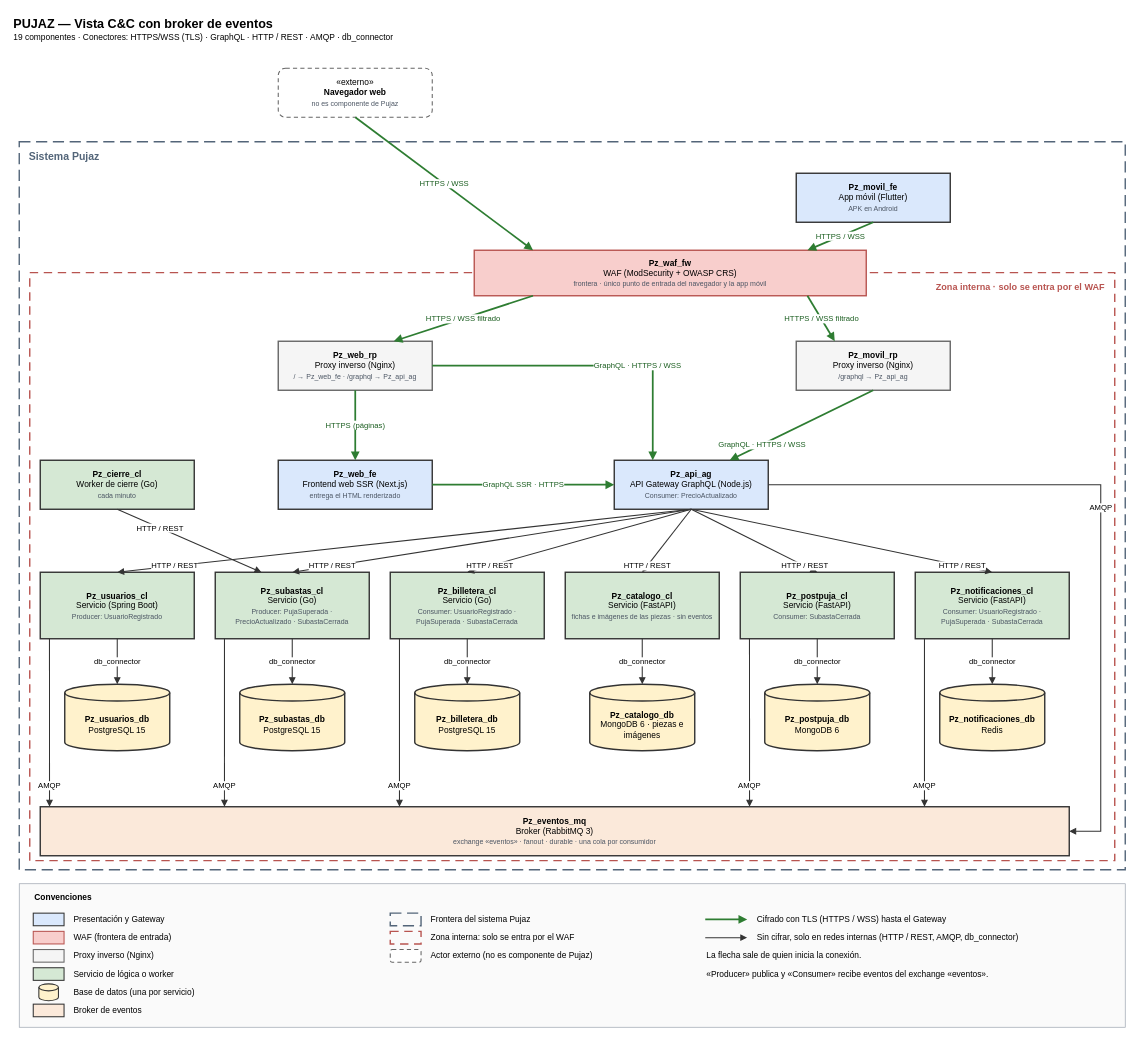
Above: docs/vistas/cc/vista-cc-flechas.drawio in heider88/Pujaz (draw.io), before the change. Source tidied: cells renumbered, new cells numbered last; positions are measured from the earlier drawing's top-left corner, leaving out a move shared by most shapes. Both pictures are drawn from the tidied source at 70%, with x=0, y=0 at pixel (12, 12).
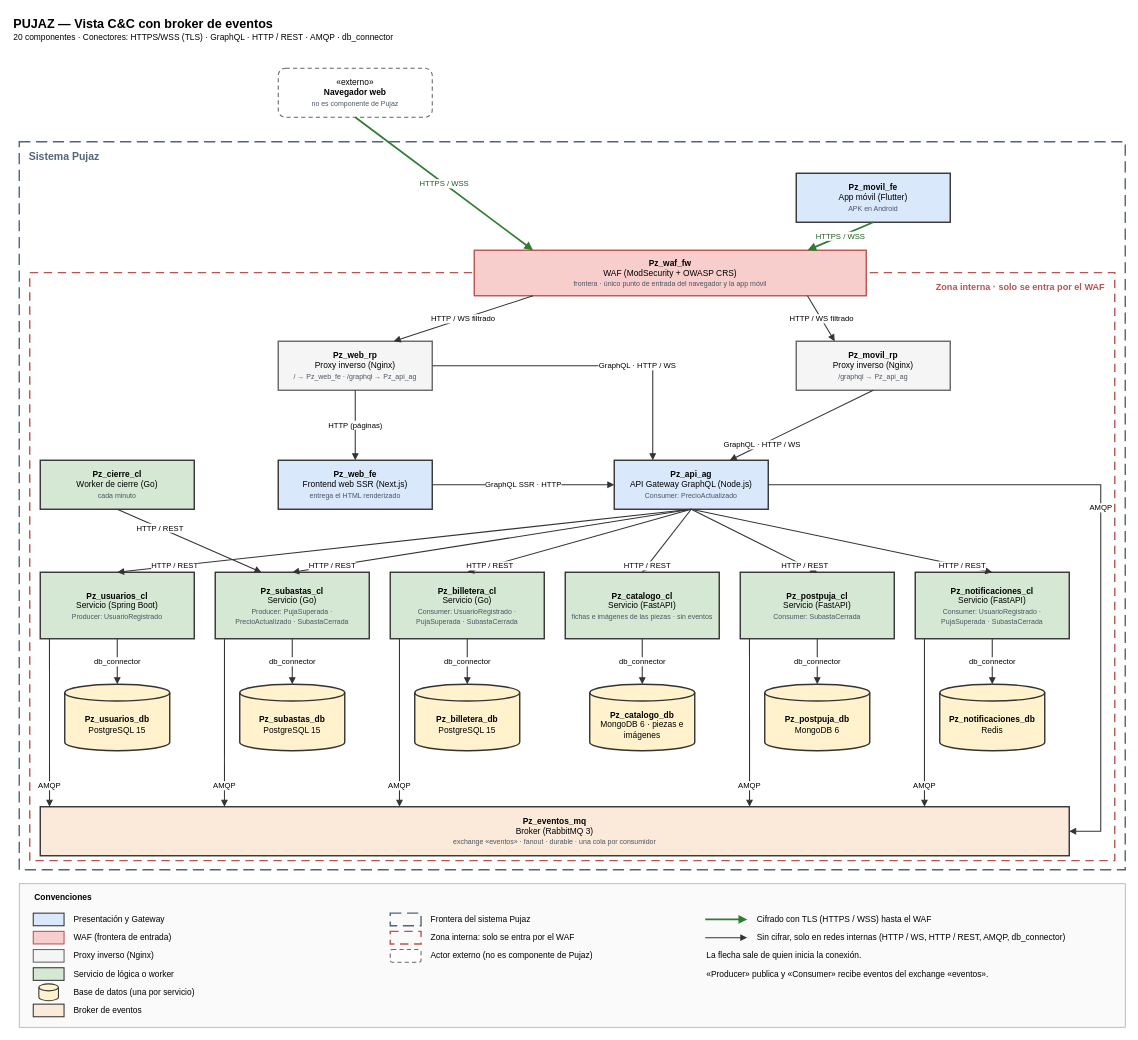
The same page after the edit.

Commit message (it also covers changes not shown here):
docs(vistas): marcar en la vista C&C que el TLS termina en el WAF

Unchanged cells that the change refers to:
```xml
<mxCell id="7" value="&lt;b&gt;Pz_api_ag&lt;/b&gt;&lt;br&gt;API Gateway GraphQL (Node.js)&lt;br&gt;&lt;font style='font-size:10px;color:#4B5563'&gt;Consumer: PrecioActualizado&lt;/font&gt;" style="rounded=0;whiteSpace=wrap;html=1;fontSize=12;strokeColor=#333333;strokeWidth=2;fillColor=#DAE8FC;" parent="1" vertex="1">
  <mxGeometry x="860" y="640" width="220" height="70" as="geometry" />
</mxCell>
<mxCell id="40" value="&lt;b&gt;Pz_waf_fw&lt;/b&gt;&lt;br&gt;WAF (ModSecurity + OWASP CRS)&lt;br&gt;&lt;font style='font-size:10px;color:#4B5563'&gt;frontera · único punto de entrada del navegador y la app móvil&lt;/font&gt;" style="rounded=0;whiteSpace=wrap;html=1;fontSize=12;strokeWidth=2;fillColor=#F8CECC;strokeColor=#B85450;" parent="1" vertex="1">
  <mxGeometry x="660" y="340" width="560" height="65" as="geometry" />
</mxCell>
<mxCell id="41" value="&lt;b&gt;Pz_web_rp&lt;/b&gt;&lt;br&gt;Proxy inverso (Nginx)&lt;br&gt;&lt;font style='font-size:10px;color:#4B5563'&gt;/ → Pz_web_fe · /graphql → Pz_api_ag&lt;/font&gt;" style="rounded=0;whiteSpace=wrap;html=1;fontSize=12;strokeWidth=2;fillColor=#F5F5F5;strokeColor=#666666;" parent="1" vertex="1">
  <mxGeometry x="380" y="470" width="220" height="70" as="geometry" />
</mxCell>
<mxCell id="42" value="&lt;b&gt;Pz_movil_rp&lt;/b&gt;&lt;br&gt;Proxy inverso (Nginx)&lt;br&gt;&lt;font style='font-size:10px;color:#4B5563'&gt;/graphql → Pz_api_ag&lt;/font&gt;" style="rounded=0;whiteSpace=wrap;html=1;fontSize=12;strokeWidth=2;fillColor=#F5F5F5;strokeColor=#666666;" parent="1" vertex="1">
  <mxGeometry x="1120" y="470" width="220" height="70" as="geometry" />
</mxCell>
<mxCell id="43" value="&lt;b&gt;Pz_web_fe&lt;/b&gt;&lt;br&gt;Frontend web SSR (Next.js)&lt;br&gt;&lt;font style='font-size:10px;color:#4B5563'&gt;entrega el HTML renderizado&lt;/font&gt;" style="rounded=0;whiteSpace=wrap;html=1;fontSize=12;strokeWidth=2;fillColor=#DAE8FC;strokeColor=#333333;" parent="1" vertex="1">
  <mxGeometry x="380" y="640" width="220" height="70" as="geometry" />
</mxCell>
```

Diff of the diagram source:
```diff
@@
-    <mxCell id="2" value="&lt;b style='font-size:18px'&gt;PUJAZ — Vista C&amp;amp;C con broker de eventos&lt;/b&gt;&lt;br&gt;&lt;font style='font-size:12px'&gt;19 componentes · Conectores: HTTPS/WSS (TLS) · GraphQL · HTTP / REST · AMQP · db_connector&lt;/font&gt;" style="text;html=1;align=left;verticalAlign=top;" parent="1" vertex="1">
+    <mxCell id="2" value="&lt;b style='font-size:18px'&gt;PUJAZ — Vista C&amp;amp;C con broker de eventos&lt;/b&gt;&lt;br&gt;&lt;font style='font-size:12px'&gt;20 componentes · Conectores: HTTPS/WSS (TLS) · GraphQL · HTTP / REST · AMQP · db_connector&lt;/font&gt;" style="text;html=1;align=left;verticalAlign=top;" parent="1" vertex="1">
       <mxGeometry width="1500" height="55" as="geometry" />
     </mxCell>
@@
-    <mxCell id="45" value="HTTPS / WSS filtrado" style="endArrow=block;endFill=1;html=1;rounded=0;fontSize=11;labelBackgroundColor=#FFFFFF;strokeColor=#2E7D32;strokeWidth=2.5;fontColor=#1B5E20;exitX=0.15;exitY=1;entryX=0.75;entryY=0;" parent="1" edge="1" source="40" target="41">
+    <mxCell id="45" value="HTTP / WS filtrado" style="endArrow=block;endFill=1;html=1;rounded=0;fontSize=11;labelBackgroundColor=#FFFFFF;strokeColor=#333333;strokeWidth=1.5;exitX=0.15;exitY=1;entryX=0.75;entryY=0;" parent="1" edge="1" source="40" target="41">
       <mxGeometry relative="1" as="geometry" />
     </mxCell>
-    <mxCell id="46" value="HTTPS / WSS filtrado" style="endArrow=block;endFill=1;html=1;rounded=0;fontSize=11;labelBackgroundColor=#FFFFFF;strokeColor=#2E7D32;strokeWidth=2.5;fontColor=#1B5E20;exitX=0.85;exitY=1;entryX=0.25;entryY=0;" parent="1" edge="1" source="40" target="42">
+    <mxCell id="46" value="HTTP / WS filtrado" style="endArrow=block;endFill=1;html=1;rounded=0;fontSize=11;labelBackgroundColor=#FFFFFF;strokeColor=#333333;strokeWidth=1.5;exitX=0.85;exitY=1;entryX=0.25;entryY=0;" parent="1" edge="1" source="40" target="42">
       <mxGeometry relative="1" as="geometry" />
     </mxCell>
-    <mxCell id="47" value="HTTPS (páginas)" style="endArrow=block;endFill=1;html=1;rounded=0;fontSize=11;labelBackgroundColor=#FFFFFF;strokeColor=#2E7D32;strokeWidth=2.5;fontColor=#1B5E20;exitX=0.5;exitY=1;entryX=0.5;entryY=0;" parent="1" edge="1" source="41" target="43">
+    <mxCell id="47" value="HTTP (páginas)" style="endArrow=block;endFill=1;html=1;rounded=0;fontSize=11;labelBackgroundColor=#FFFFFF;strokeColor=#333333;strokeWidth=1.5;exitX=0.5;exitY=1;entryX=0.5;entryY=0;" parent="1" edge="1" source="41" target="43">
       <mxGeometry relative="1" as="geometry" />
     </mxCell>
-    <mxCell id="48" value="GraphQL · HTTPS / WSS" style="endArrow=block;endFill=1;html=1;rounded=0;fontSize=11;labelBackgroundColor=#FFFFFF;strokeColor=#2E7D32;strokeWidth=2.5;fontColor=#1B5E20;edgeStyle=orthogonalEdgeStyle;exitX=1;exitY=0.5;entryX=0.25;entryY=0;" parent="1" edge="1" source="41" target="7">
+    <mxCell id="48" value="GraphQL · HTTP / WS" style="endArrow=block;endFill=1;html=1;rounded=0;fontSize=11;labelBackgroundColor=#FFFFFF;strokeColor=#333333;strokeWidth=1.5;edgeStyle=orthogonalEdgeStyle;exitX=1;exitY=0.5;entryX=0.25;entryY=0;" parent="1" edge="1" source="41" target="7">
       <mxGeometry x="0.3" relative="1" as="geometry" />
     </mxCell>
-    <mxCell id="49" value="GraphQL · HTTPS / WSS" style="endArrow=block;endFill=1;html=1;rounded=0;fontSize=11;labelBackgroundColor=#FFFFFF;strokeColor=#2E7D32;strokeWidth=2.5;fontColor=#1B5E20;exitX=0.5;exitY=1;entryX=0.75;entryY=0;" parent="1" edge="1" source="42" target="7">
+    <mxCell id="49" value="GraphQL · HTTP / WS" style="endArrow=block;endFill=1;html=1;rounded=0;fontSize=11;labelBackgroundColor=#FFFFFF;strokeColor=#333333;strokeWidth=1.5;exitX=0.5;exitY=1;entryX=0.75;entryY=0;" parent="1" edge="1" source="42" target="7">
       <mxGeometry x="0.55" relative="1" as="geometry" />
     </mxCell>
-    <mxCell id="50" value="GraphQL SSR · HTTPS" style="endArrow=block;endFill=1;html=1;rounded=0;fontSize=11;labelBackgroundColor=#FFFFFF;strokeColor=#2E7D32;strokeWidth=2.5;fontColor=#1B5E20;exitX=1;exitY=0.5;entryX=0;entryY=0.5;" parent="1" edge="1" source="43" target="7">
+    <mxCell id="50" value="GraphQL SSR · HTTP" style="endArrow=block;endFill=1;html=1;rounded=0;fontSize=11;labelBackgroundColor=#FFFFFF;strokeColor=#333333;strokeWidth=1.5;exitX=1;exitY=0.5;entryX=0;entryY=0.5;" parent="1" edge="1" source="43" target="7">
       <mxGeometry relative="1" as="geometry" />
     </mxCell>
@@
-    <mxCell id="74" value="Cifrado con TLS (HTTPS / WSS) hasta el Gateway" style="text;html=1;align=left;verticalAlign=middle;fontSize=12;" parent="1" vertex="1">
+    <mxCell id="74" value="Cifrado con TLS (HTTPS / WSS) hasta el WAF" style="text;html=1;align=left;verticalAlign=middle;fontSize=12;" parent="1" vertex="1">
       <mxGeometry x="1062" y="1285" width="520" height="22" as="geometry" />
     </mxCell>
@@
-    <mxCell id="76" value="Sin cifrar, solo en redes internas (HTTP / REST, AMQP, db_connector)" style="text;html=1;align=left;verticalAlign=middle;fontSize=12;" parent="1" vertex="1">
+    <mxCell id="76" value="Sin cifrar, solo en redes internas (HTTP / WS, HTTP / REST, AMQP, db_connector)" style="text;html=1;align=left;verticalAlign=middle;fontSize=12;" parent="1" vertex="1">
       <mxGeometry x="1062" y="1311" width="520" height="22" as="geometry" />
     </mxCell>
```
